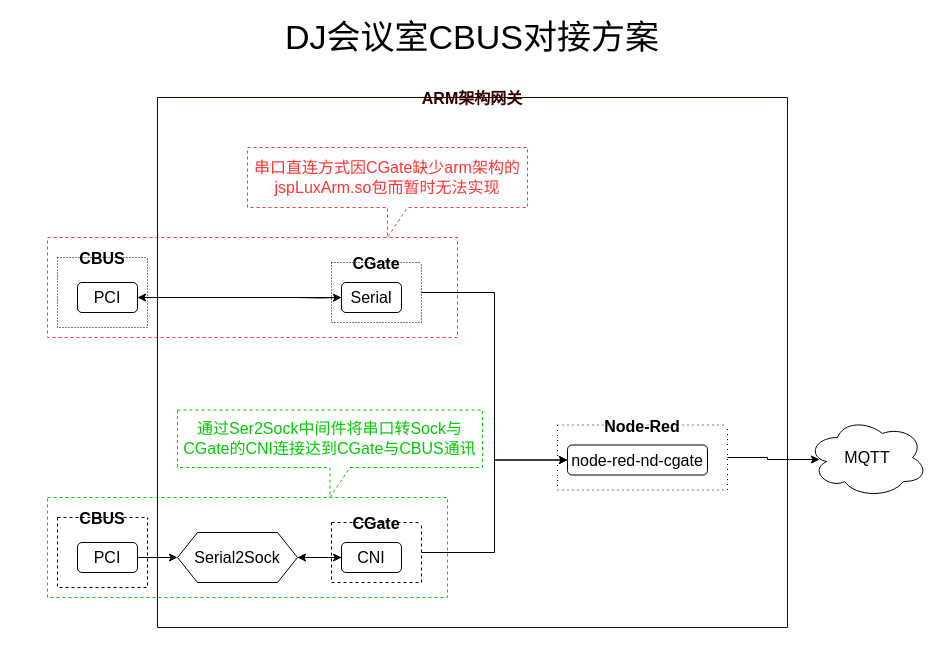
The draw.io diagram IoT.drawio in czq7966/drawio, before the edit. Source tidied: cells renumbered, new cells numbered last; positions are measured from the earlier drawing's top-left corner, leaving out a move shared by most shapes. Both pictures are drawn from the tidied source at 100%, with x=0, y=0 at pixel (47, 17).
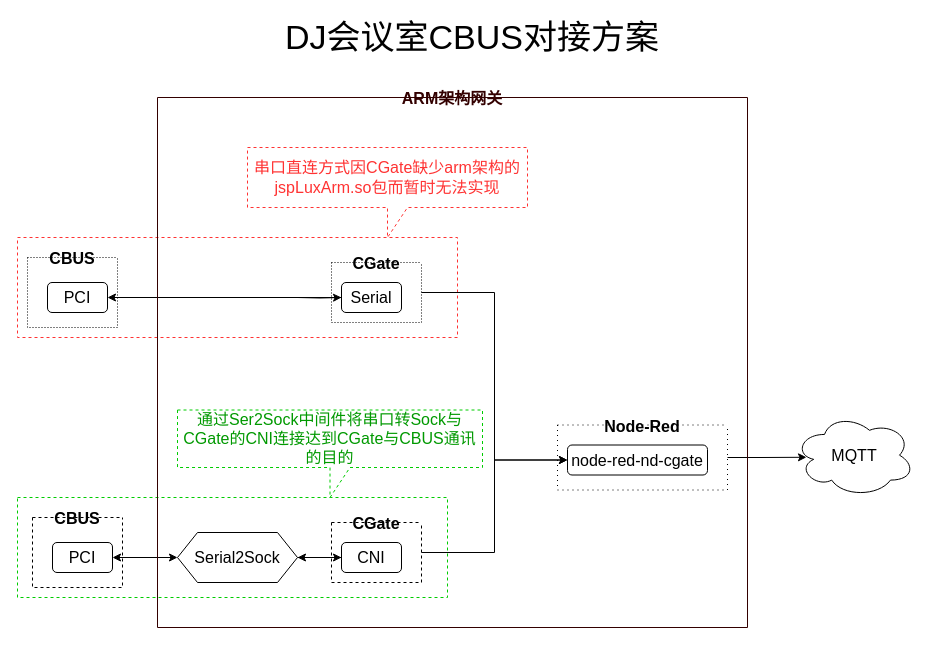
The same diagram, later.

The change refers to these unchanged cells:
```xml
<mxCell id="7" value="PCI" style="rounded=1;whiteSpace=wrap;html=1;fontSize=16;" parent="6" vertex="1">
  <mxGeometry x="20" y="25" width="60" height="30" as="geometry" />
</mxCell>
<mxCell id="9" value="Serial2Sock" style="shape=hexagon;perimeter=hexagonPerimeter2;whiteSpace=wrap;html=1;fixedSize=1;fontSize=16;" parent="1" vertex="1">
  <mxGeometry x="130" y="515" width="120" height="50" as="geometry" />
</mxCell>
<mxCell id="19" value="PCI" style="rounded=1;whiteSpace=wrap;html=1;fontSize=16;" parent="18" vertex="1">
  <mxGeometry x="20" y="25" width="60" height="30" as="geometry" />
</mxCell>
<mxCell id="23" value="Serial" style="rounded=1;whiteSpace=wrap;html=1;fontSize=16;" parent="22" vertex="1">
  <mxGeometry x="10" y="20" width="60" height="30" as="geometry" />
</mxCell>
```

What changed in the source:
```diff
@@
     <mxCell id="2" style="rounded=0;whiteSpace=wrap;html=1;dashed=1;fontSize=16;fontColor=#00FF00;strokeColor=#00CC00;" parent="1" vertex="1">
-      <mxGeometry y="480" width="400" height="100" as="geometry" />
+      <mxGeometry x="-30" y="480" width="430" height="100" as="geometry" />
     </mxCell>
     <mxCell id="3" style="rounded=0;whiteSpace=wrap;html=1;dashed=1;fontSize=16;strokeColor=#FF3333;" parent="1" vertex="1">
-      <mxGeometry y="220" width="410" height="100" as="geometry" />
+      <mxGeometry x="-30" y="220" width="440" height="100" as="geometry" />
     </mxCell>
@@
-    <mxCell id="5" style="edgeStyle=orthogonalEdgeStyle;rounded=0;jettySize=auto;html=1;exitX=1;exitY=0.5;exitDx=0;exitDy=0;entryX=0;entryY=0.5;entryDx=0;entryDy=0;fontSize=20;" parent="1" edge="1" source="7" target="9">
+    <mxCell id="5" style="edgeStyle=orthogonalEdgeStyle;rounded=0;jettySize=auto;html=1;exitX=1;exitY=0.5;exitDx=0;exitDy=0;entryX=0;entryY=0.5;entryDx=0;entryDy=0;fontSize=20;startArrow=classic;startFill=1;" parent="1" edge="1" source="7" target="9">
       <mxGeometry relative="1" as="geometry" />
     </mxCell>
     <mxCell id="6" value="CBUS" style="swimlane;startSize=0;fontSize=16;dashed=1;" parent="1" vertex="1">
-      <mxGeometry x="10" y="500" width="90" height="70" as="geometry" />
+      <mxGeometry x="-15" y="500" width="90" height="70" as="geometry" />
     </mxCell>
@@
     <mxCell id="17" value="MQTT" style="ellipse;shape=cloud;whiteSpace=wrap;html=1;fontSize=16;" parent="1" vertex="1">
-      <mxGeometry x="760" y="400" width="120" height="80" as="geometry" />
+      <mxGeometry x="747" y="396.2" width="120" height="83" as="geometry" />
     </mxCell>
     <mxCell id="18" value="CBUS" style="swimlane;startSize=0;fontSize=16;dashed=1;dashPattern=1 2;" parent="1" vertex="1">
-      <mxGeometry x="10" y="240" width="90" height="70" as="geometry" />
+      <mxGeometry x="-20" y="240" width="90" height="70" as="geometry" />
     </mxCell>
@@
-    <mxCell id="24" style="edgeStyle=orthogonalEdgeStyle;rounded=0;jettySize=auto;html=1;fontSize=16;" parent="1" edge="1" source="23">
-      <mxGeometry relative="1" as="geometry">
-        <mxPoint x="90" y="280" as="targetPoint" />
-      </mxGeometry>
+    <mxCell id="24" style="edgeStyle=orthogonalEdgeStyle;rounded=0;jettySize=auto;html=1;fontSize=16;entryX=1;entryY=0.5;entryDx=0;entryDy=0;" parent="1" edge="1" source="23" target="19">
+      <mxGeometry relative="1" as="geometry" />
     </mxCell>
@@
-    <mxCell id="26" value="通过Ser2Sock中间件将串口转Sock与CGate的CNI连接达到CGate与CBUS通讯" style="shape=callout;whiteSpace=wrap;html=1;perimeter=calloutPerimeter;dashed=1;fontSize=16;strokeColor=#00CC00;fontColor=#00CC00;" parent="1" vertex="1">
+    <mxCell id="26" value="通过Ser2Sock中间件将串口转Sock与CGate的CNI连接达到CGate与CBUS通讯的目的" style="shape=callout;whiteSpace=wrap;html=1;perimeter=calloutPerimeter;dashed=1;fontSize=16;strokeColor=#00CC00;fontColor=#009900;" parent="1" vertex="1">
       <mxGeometry x="130" y="392.5" width="305" height="87.5" as="geometry" />
     </mxCell>
     <mxCell id="27" value="ARM架构网关" style="swimlane;startSize=0;fontSize=16;fontColor=#330000;strokeColor=#330000;" parent="1" vertex="1">
-      <mxGeometry x="110" y="80" width="630" height="530" as="geometry" />
+      <mxGeometry x="110" y="80" width="590" height="530" as="geometry" />
     </mxCell>
```
